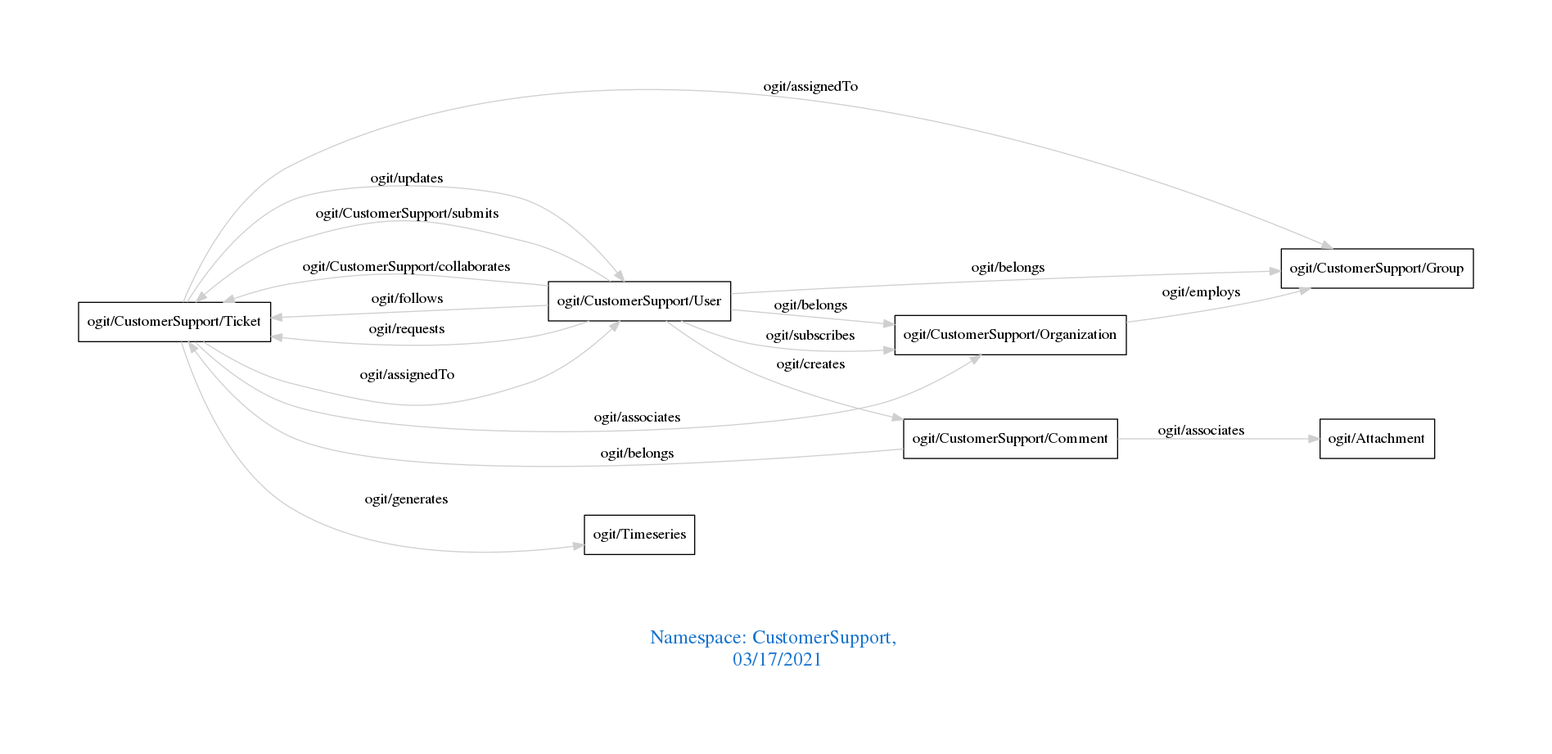
arago/OGIT keeps this Graphviz diagram as downloads/CustomerSupport.png. Above is the earlier version. Its source is kept beside it as downloads/CustomerSupport.dot.
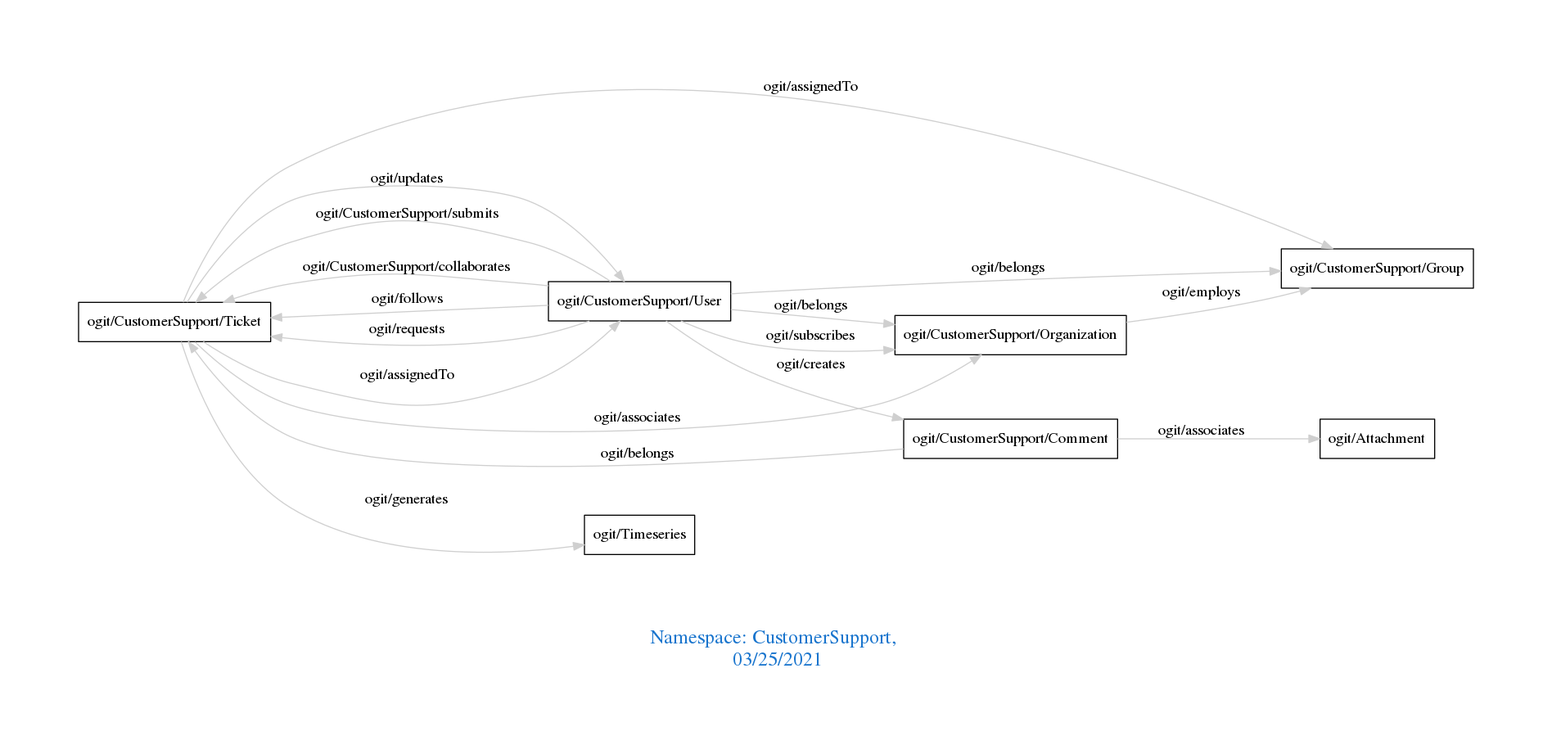
The same diagram one commit later.

Change to the diagram source:
```diff
@@ -1,7 +1,7 @@
 digraph OGIT_ontology {
  graph [ rankdir= LR,pad=1
 fontsize = 18,
-fontcolor= dodgerblue3,label = "\n\n\nNamespace: CustomerSupport, \n 03/17/2021"];
+fontcolor= dodgerblue3,label = "\n\n\nNamespace: CustomerSupport, \n 03/25/2021"];
 node[shape=polygon];
 edge [  color="gray81"];
 
```
